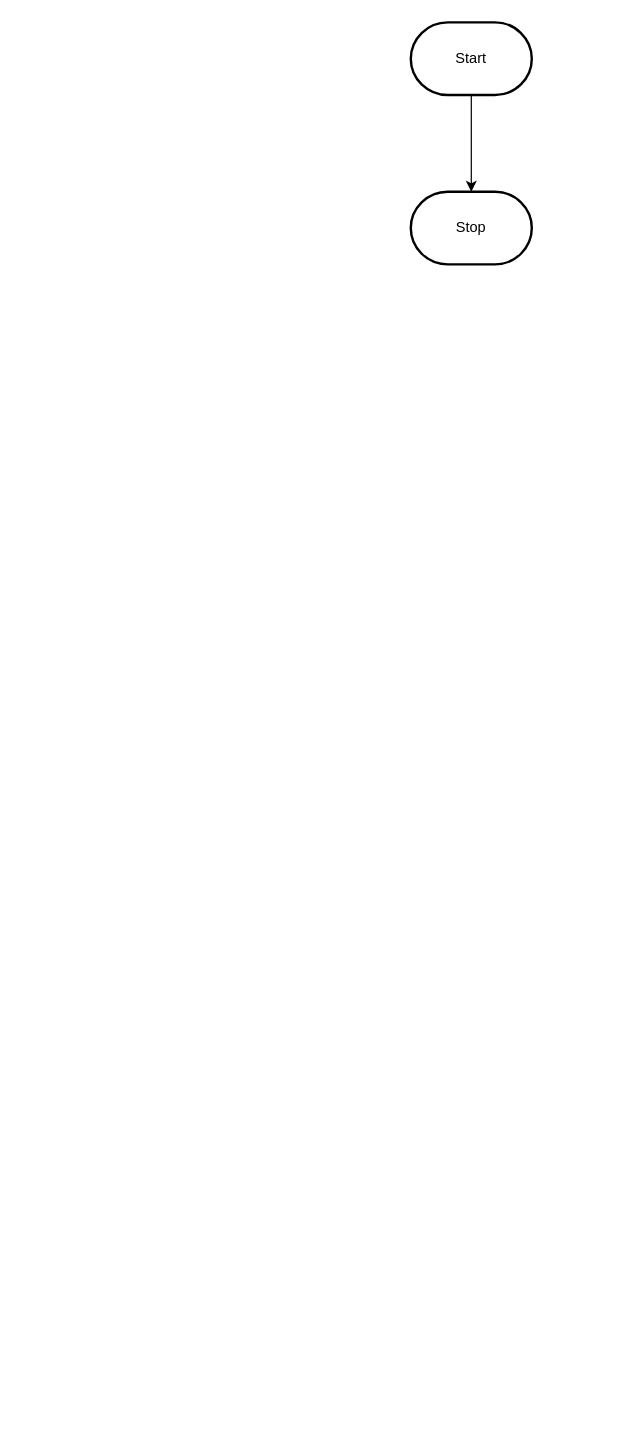
The draw.io diagram design/flowchart.drawio in MTHS-ICS3U-2-2023/ICS3U-Assignment-5-Dominic-Madeira, before the edit. Source tidied: cells renumbered, new cells numbered last; positions are measured from the earlier drawing's top-left corner, leaving out a move shared by most shapes. Both pictures are drawn from the tidied source at 121%, with x=0, y=0 at pixel (410, 22).
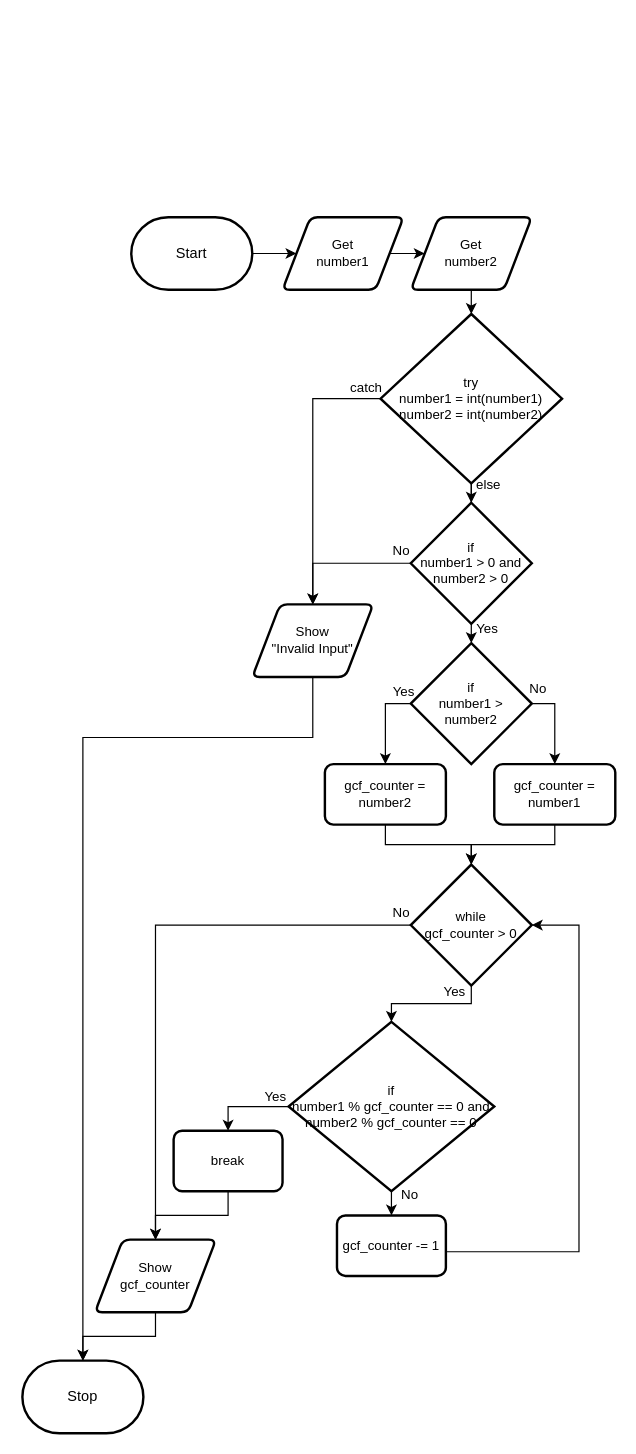
Above is the later version.

What changed in the source:
```diff
@@
-    <mxCell id="2" style="edgeStyle=orthogonalEdgeStyle;html=1;rounded=0;" parent="1" edge="1" source="3" target="4">
-      <mxGeometry relative="1" as="geometry" />
-    </mxCell>
+    <mxCell id="5" style="edgeStyle=orthogonalEdgeStyle;shape=connector;rounded=0;html=1;labelBackgroundColor=default;strokeColor=default;fontFamily=Helvetica;fontSize=11;fontColor=default;endArrow=classic;" parent="1" edge="1" source="3" target="2">
+      <mxGeometry relative="1" as="geometry" />
+    </mxCell>
     <mxCell id="3" value="Start" style="strokeWidth=2;html=1;shape=mxgraph.flowchart.terminator;whiteSpace=wrap;" parent="1" vertex="1">
-      <mxGeometry width="100" height="60" as="geometry" />
+      <mxGeometry x="-231" y="161" width="100" height="60" as="geometry" />
     </mxCell>
     <mxCell id="4" value="Stop" style="strokeWidth=2;html=1;shape=mxgraph.flowchart.terminator;whiteSpace=wrap;" parent="1" vertex="1">
-      <mxGeometry y="140" width="100" height="60" as="geometry" />
+      <mxGeometry x="-321" y="1106" width="100" height="60" as="geometry" />
     </mxCell>
+    <mxCell id="6" style="edgeStyle=orthogonalEdgeStyle;shape=connector;rounded=0;html=1;labelBackgroundColor=default;strokeColor=default;fontFamily=Helvetica;fontSize=11;fontColor=default;endArrow=classic;" parent="1" edge="1" source="2" target="8">
+      <mxGeometry relative="1" as="geometry" />
+    </mxCell>
+    <mxCell id="2" value="Get&lt;br&gt;number1" style="shape=parallelogram;html=1;strokeWidth=2;perimeter=parallelogramPerimeter;whiteSpace=wrap;rounded=1;arcSize=12;size=0.23;fontFamily=Helvetica;fontSize=11;fontColor=default;" parent="1" vertex="1">
+      <mxGeometry x="-106" y="161" width="100" height="60" as="geometry" />
+    </mxCell>
+    <mxCell id="7" style="edgeStyle=orthogonalEdgeStyle;shape=connector;rounded=0;html=1;labelBackgroundColor=default;strokeColor=default;fontFamily=Helvetica;fontSize=11;fontColor=default;endArrow=classic;" parent="1" edge="1" source="8" target="12">
+      <mxGeometry relative="1" as="geometry" />
+    </mxCell>
+    <mxCell id="8" value="Get&lt;br&gt;number2" style="shape=parallelogram;html=1;strokeWidth=2;perimeter=parallelogramPerimeter;whiteSpace=wrap;rounded=1;arcSize=12;size=0.23;fontFamily=Helvetica;fontSize=11;fontColor=default;" parent="1" vertex="1">
+      <mxGeometry y="161" width="100" height="60" as="geometry" />
+    </mxCell>
+    <mxCell id="9" style="edgeStyle=orthogonalEdgeStyle;shape=connector;rounded=0;html=1;entryX=0.5;entryY=0;entryDx=0;entryDy=0;labelBackgroundColor=default;strokeColor=default;fontFamily=Helvetica;fontSize=11;fontColor=default;endArrow=classic;" parent="1" edge="1" source="12" target="14">
+      <mxGeometry relative="1" as="geometry" />
+    </mxCell>
+    <mxCell id="10" style="edgeStyle=orthogonalEdgeStyle;shape=connector;rounded=0;html=1;labelBackgroundColor=default;strokeColor=default;fontFamily=Helvetica;fontSize=11;fontColor=default;endArrow=classic;startArrow=none;" parent="1" edge="1" source="44" target="17">
+      <mxGeometry relative="1" as="geometry" />
+    </mxCell>
+    <mxCell id="11" style="edgeStyle=orthogonalEdgeStyle;shape=connector;rounded=0;html=1;labelBackgroundColor=default;strokeColor=default;fontFamily=Helvetica;fontSize=11;fontColor=default;endArrow=classic;" parent="1" edge="1" source="12" target="44">
+      <mxGeometry relative="1" as="geometry" />
+    </mxCell>
+    <mxCell id="12" value="try&lt;br&gt;number1 = int(number1)&lt;br&gt;number2 = int(number2)" style="strokeWidth=2;html=1;shape=mxgraph.flowchart.decision;whiteSpace=wrap;fontFamily=Helvetica;fontSize=11;fontColor=default;" parent="1" vertex="1">
+      <mxGeometry x="-25" y="241" width="150" height="140" as="geometry" />
+    </mxCell>
+    <mxCell id="13" style="edgeStyle=orthogonalEdgeStyle;shape=connector;rounded=0;html=1;labelBackgroundColor=default;strokeColor=default;fontFamily=Helvetica;fontSize=11;fontColor=default;endArrow=classic;exitX=0.5;exitY=1;exitDx=0;exitDy=0;" parent="1" edge="1" source="14" target="4">
+      <mxGeometry relative="1" as="geometry">
+        <Array as="points">
+          <mxPoint x="-81" y="591" />
+          <mxPoint x="-271" y="591" />
+        </Array>
+      </mxGeometry>
+    </mxCell>
+    <mxCell id="14" value="Show&lt;br&gt;&quot;Invalid Input&quot;" style="shape=parallelogram;html=1;strokeWidth=2;perimeter=parallelogramPerimeter;whiteSpace=wrap;rounded=1;arcSize=12;size=0.23;fontFamily=Helvetica;fontSize=11;fontColor=default;" parent="1" vertex="1">
+      <mxGeometry x="-131" y="481" width="100" height="60" as="geometry" />
+    </mxCell>
+    <mxCell id="15" style="edgeStyle=orthogonalEdgeStyle;shape=connector;rounded=0;html=1;labelBackgroundColor=default;strokeColor=default;fontFamily=Helvetica;fontSize=11;fontColor=default;endArrow=classic;exitX=0;exitY=0.5;exitDx=0;exitDy=0;exitPerimeter=0;" parent="1" edge="1" source="17" target="19">
+      <mxGeometry relative="1" as="geometry" />
+    </mxCell>
+    <mxCell id="16" style="edgeStyle=orthogonalEdgeStyle;shape=connector;rounded=0;html=1;labelBackgroundColor=default;strokeColor=default;fontFamily=Helvetica;fontSize=11;fontColor=default;endArrow=classic;entryX=0.5;entryY=0;entryDx=0;entryDy=0;" parent="1" edge="1" source="17" target="21">
+      <mxGeometry relative="1" as="geometry">
+        <Array as="points">
+          <mxPoint x="119" y="563" />
+        </Array>
+      </mxGeometry>
+    </mxCell>
+    <mxCell id="17" value="if&lt;br&gt;number1 &amp;gt; number2" style="strokeWidth=2;html=1;shape=mxgraph.flowchart.decision;whiteSpace=wrap;fontFamily=Helvetica;fontSize=11;fontColor=default;" parent="1" vertex="1">
+      <mxGeometry y="513" width="100" height="100" as="geometry" />
+    </mxCell>
+    <mxCell id="18" style="edgeStyle=orthogonalEdgeStyle;shape=connector;rounded=0;html=1;entryX=0.5;entryY=0;entryDx=0;entryDy=0;entryPerimeter=0;labelBackgroundColor=default;strokeColor=default;fontFamily=Helvetica;fontSize=11;fontColor=default;endArrow=classic;" parent="1" edge="1" source="19" target="24">
+      <mxGeometry relative="1" as="geometry" />
+    </mxCell>
+    <mxCell id="19" value="gcf_counter = number2" style="rounded=1;whiteSpace=wrap;html=1;absoluteArcSize=1;arcSize=14;strokeWidth=2;fontFamily=Helvetica;fontSize=11;fontColor=default;" parent="1" vertex="1">
+      <mxGeometry x="-71" y="613" width="100" height="50" as="geometry" />
+    </mxCell>
+    <mxCell id="20" style="edgeStyle=orthogonalEdgeStyle;shape=connector;rounded=0;html=1;entryX=0.5;entryY=0;entryDx=0;entryDy=0;entryPerimeter=0;labelBackgroundColor=default;strokeColor=default;fontFamily=Helvetica;fontSize=11;fontColor=default;endArrow=classic;" parent="1" edge="1" source="21" target="24">
+      <mxGeometry relative="1" as="geometry" />
+    </mxCell>
+    <mxCell id="21" value="gcf_counter = number1" style="rounded=1;whiteSpace=wrap;html=1;absoluteArcSize=1;arcSize=14;strokeWidth=2;fontFamily=Helvetica;fontSize=11;fontColor=default;" parent="1" vertex="1">
+      <mxGeometry x="69" y="613" width="100" height="50" as="geometry" />
+    </mxCell>
+    <mxCell id="22" style="edgeStyle=orthogonalEdgeStyle;shape=connector;rounded=0;html=1;labelBackgroundColor=default;strokeColor=default;fontFamily=Helvetica;fontSize=11;fontColor=default;endArrow=classic;" parent="1" edge="1" source="24" target="27">
+      <mxGeometry relative="1" as="geometry" />
+    </mxCell>
+    <mxCell id="23" style="edgeStyle=orthogonalEdgeStyle;shape=connector;rounded=0;html=1;labelBackgroundColor=default;strokeColor=default;fontFamily=Helvetica;fontSize=11;fontColor=default;endArrow=classic;" parent="1" edge="1" source="24" target="31">
+      <mxGeometry relative="1" as="geometry" />
+    </mxCell>
+    <mxCell id="24" value="while&lt;br&gt;gcf_counter &amp;gt; 0" style="strokeWidth=2;html=1;shape=mxgraph.flowchart.decision;whiteSpace=wrap;fontFamily=Helvetica;fontSize=11;fontColor=default;" parent="1" vertex="1">
+      <mxGeometry y="696" width="100" height="100" as="geometry" />
+    </mxCell>
+    <mxCell id="25" style="edgeStyle=orthogonalEdgeStyle;shape=connector;rounded=0;html=1;entryX=0.5;entryY=0;entryDx=0;entryDy=0;labelBackgroundColor=default;strokeColor=default;fontFamily=Helvetica;fontSize=11;fontColor=default;endArrow=classic;" parent="1" edge="1" source="27" target="29">
+      <mxGeometry relative="1" as="geometry" />
+    </mxCell>
+    <mxCell id="26" style="edgeStyle=orthogonalEdgeStyle;shape=connector;rounded=0;html=1;labelBackgroundColor=default;strokeColor=default;fontFamily=Helvetica;fontSize=11;fontColor=default;endArrow=classic;" parent="1" edge="1" source="27" target="33">
+      <mxGeometry relative="1" as="geometry" />
+    </mxCell>
+    <mxCell id="27" value="if&lt;br&gt;number1 % gcf_counter == 0 and number2 % gcf_counter == 0" style="strokeWidth=2;html=1;shape=mxgraph.flowchart.decision;whiteSpace=wrap;fontFamily=Helvetica;fontSize=11;fontColor=default;" parent="1" vertex="1">
+      <mxGeometry x="-101" y="826" width="170" height="140" as="geometry" />
+    </mxCell>
+    <mxCell id="28" style="edgeStyle=orthogonalEdgeStyle;shape=connector;rounded=0;html=1;entryX=0.5;entryY=0;entryDx=0;entryDy=0;labelBackgroundColor=default;strokeColor=default;fontFamily=Helvetica;fontSize=11;fontColor=default;endArrow=classic;" parent="1" edge="1" source="29" target="31">
+      <mxGeometry relative="1" as="geometry" />
+    </mxCell>
+    <mxCell id="29" value="break" style="rounded=1;whiteSpace=wrap;html=1;absoluteArcSize=1;arcSize=14;strokeWidth=2;fontFamily=Helvetica;fontSize=11;fontColor=default;" parent="1" vertex="1">
+      <mxGeometry x="-196" y="916" width="90" height="50" as="geometry" />
+    </mxCell>
+    <mxCell id="30" style="edgeStyle=orthogonalEdgeStyle;shape=connector;rounded=0;html=1;labelBackgroundColor=default;strokeColor=default;fontFamily=Helvetica;fontSize=11;fontColor=default;endArrow=classic;" parent="1" edge="1" source="31" target="4">
+      <mxGeometry relative="1" as="geometry">
+        <Array as="points">
+          <mxPoint x="-211" y="1086" />
+          <mxPoint x="-271" y="1086" />
+        </Array>
+      </mxGeometry>
+    </mxCell>
+    <mxCell id="31" value="Show&lt;br&gt;gcf_counter" style="shape=parallelogram;html=1;strokeWidth=2;perimeter=parallelogramPerimeter;whiteSpace=wrap;rounded=1;arcSize=12;size=0.23;fontFamily=Helvetica;fontSize=11;fontColor=default;" parent="1" vertex="1">
+      <mxGeometry x="-261" y="1006" width="100" height="60" as="geometry" />
+    </mxCell>
+    <mxCell id="32" style="edgeStyle=orthogonalEdgeStyle;shape=connector;rounded=0;html=1;entryX=1;entryY=0.5;entryDx=0;entryDy=0;entryPerimeter=0;labelBackgroundColor=default;strokeColor=default;fontFamily=Helvetica;fontSize=11;fontColor=default;endArrow=classic;" parent="1" edge="1" source="33" target="24">
+      <mxGeometry relative="1" as="geometry">
+        <Array as="points">
+          <mxPoint x="139" y="1016" />
+          <mxPoint x="139" y="746" />
+        </Array>
+      </mxGeometry>
+    </mxCell>
+    <mxCell id="33" value="gcf_counter -= 1" style="rounded=1;whiteSpace=wrap;html=1;absoluteArcSize=1;arcSize=14;strokeWidth=2;fontFamily=Helvetica;fontSize=11;fontColor=default;" parent="1" vertex="1">
+      <mxGeometry x="-61" y="986" width="90" height="50" as="geometry" />
+    </mxCell>
+    <mxCell id="34" value="catch" style="text;html=1;align=center;verticalAlign=middle;strokeColor=none;fillColor=none;fontSize=11;fontFamily=Helvetica;fontColor=default;" parent="1" vertex="1">
+      <mxGeometry x="-62" y="287" width="50" height="30" as="geometry" />
+    </mxCell>
+    <mxCell id="35" value="else" style="text;html=1;align=center;verticalAlign=middle;strokeColor=none;fillColor=none;fontSize=11;fontFamily=Helvetica;fontColor=default;" parent="1" vertex="1">
+      <mxGeometry x="44" y="367" width="40" height="30" as="geometry" />
+    </mxCell>
+    <mxCell id="36" value="Yes" style="text;html=1;align=center;verticalAlign=middle;strokeColor=none;fillColor=none;fontSize=11;fontFamily=Helvetica;fontColor=default;" parent="1" vertex="1">
+      <mxGeometry x="-26" y="538" width="40" height="30" as="geometry" />
+    </mxCell>
+    <mxCell id="37" value="Yes" style="text;html=1;align=center;verticalAlign=middle;strokeColor=none;fillColor=none;fontSize=11;fontFamily=Helvetica;fontColor=default;" parent="1" vertex="1">
+      <mxGeometry x="16" y="786" width="40" height="30" as="geometry" />
+    </mxCell>
+    <mxCell id="38" value="Yes" style="text;html=1;align=center;verticalAlign=middle;strokeColor=none;fillColor=none;fontSize=11;fontFamily=Helvetica;fontColor=default;" parent="1" vertex="1">
+      <mxGeometry x="-132" y="873" width="40" height="30" as="geometry" />
+    </mxCell>
+    <mxCell id="39" value="No" style="text;html=1;align=center;verticalAlign=middle;strokeColor=none;fillColor=none;fontSize=11;fontFamily=Helvetica;fontColor=default;" parent="1" vertex="1">
+      <mxGeometry x="85" y="536" width="40" height="30" as="geometry" />
+    </mxCell>
+    <mxCell id="40" value="No" style="text;html=1;align=center;verticalAlign=middle;strokeColor=none;fillColor=none;fontSize=11;fontFamily=Helvetica;fontColor=default;" parent="1" vertex="1">
+      <mxGeometry x="-28" y="721" width="40" height="30" as="geometry" />
+    </mxCell>
+    <mxCell id="41" value="No" style="text;html=1;align=center;verticalAlign=middle;strokeColor=none;fillColor=none;fontSize=11;fontFamily=Helvetica;fontColor=default;" parent="1" vertex="1">
+      <mxGeometry x="-21" y="954" width="40" height="30" as="geometry" />
+    </mxCell>
+    <mxCell id="42" style="edgeStyle=orthogonalEdgeStyle;shape=connector;rounded=0;html=1;labelBackgroundColor=default;strokeColor=default;fontFamily=Helvetica;fontSize=11;fontColor=default;endArrow=none;" parent="1" edge="1" source="12" target="44">
+      <mxGeometry relative="1" as="geometry" />
+    </mxCell>
+    <mxCell id="43" style="edgeStyle=orthogonalEdgeStyle;shape=connector;rounded=0;html=1;entryX=0.5;entryY=0;entryDx=0;entryDy=0;labelBackgroundColor=default;strokeColor=default;fontFamily=Helvetica;fontSize=11;fontColor=default;endArrow=classic;" parent="1" edge="1" source="44" target="14">
+      <mxGeometry relative="1" as="geometry" />
+    </mxCell>
+    <mxCell id="44" value="if&lt;br&gt;number1 &amp;gt; 0 and number2 &amp;gt; 0" style="strokeWidth=2;html=1;shape=mxgraph.flowchart.decision;whiteSpace=wrap;fontFamily=Helvetica;fontSize=11;fontColor=default;" parent="1" vertex="1">
+      <mxGeometry y="397" width="100" height="100" as="geometry" />
+    </mxCell>
+    <mxCell id="45" value="No" style="text;html=1;align=center;verticalAlign=middle;strokeColor=none;fillColor=none;fontSize=11;fontFamily=Helvetica;fontColor=default;" parent="1" vertex="1">
+      <mxGeometry x="-28" y="422" width="40" height="30" as="geometry" />
+    </mxCell>
+    <mxCell id="46" value="Yes" style="text;html=1;align=center;verticalAlign=middle;strokeColor=none;fillColor=none;fontSize=11;fontFamily=Helvetica;fontColor=default;" parent="1" vertex="1">
+      <mxGeometry x="43" y="486" width="40" height="30" as="geometry" />
+    </mxCell>
```
